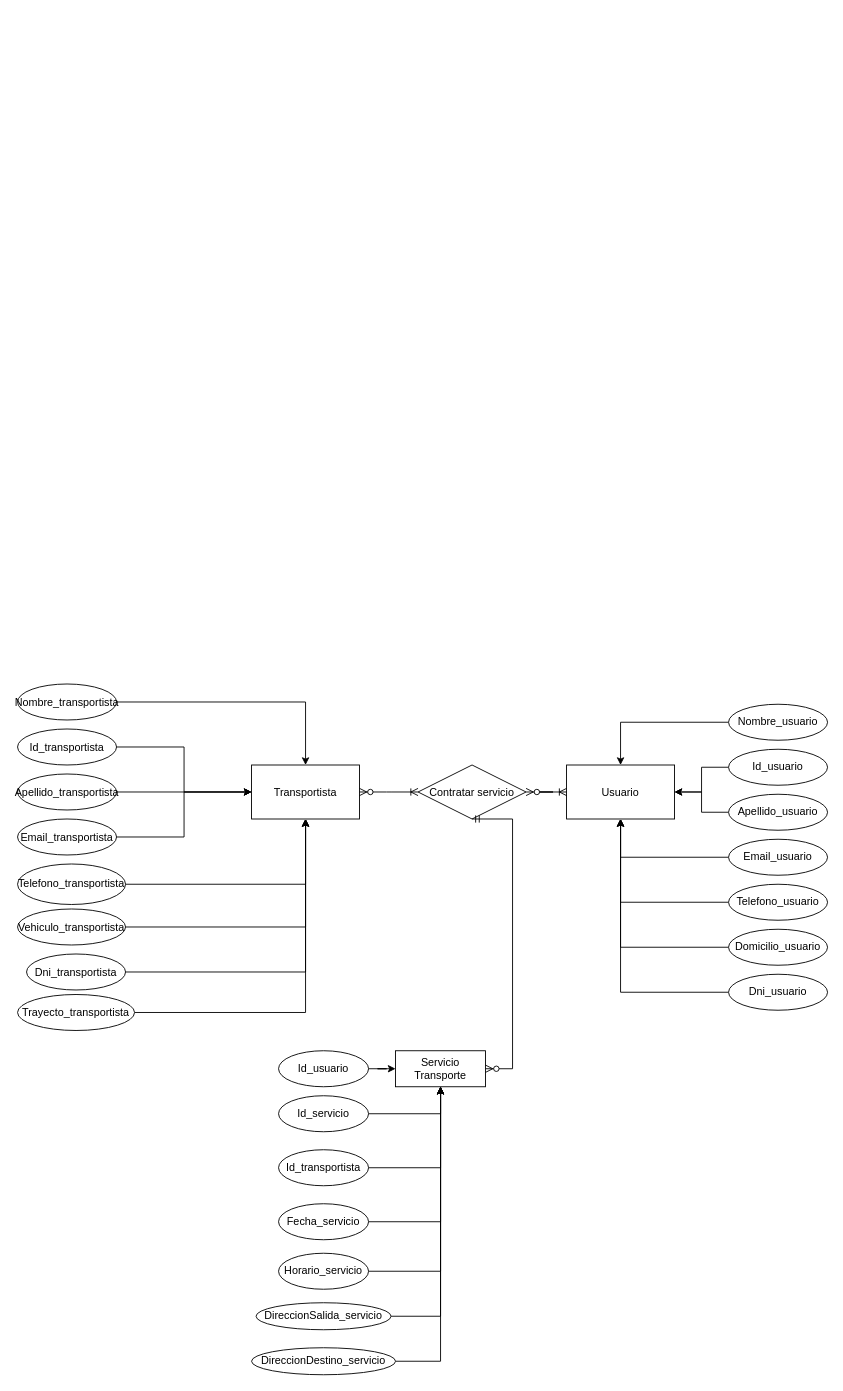
projects-assignments/mudapp-grupo-5 keeps this draw.io diagram as Diagrama sin título.drawio. Above is the earlier version. Source tidied: cells renumbered, new cells numbered last; positions are measured from the earlier drawing's top-left corner, leaving out a move shared by most shapes. Both pictures are drawn from the tidied source at 90%, with x=0, y=0 at pixel (17, 683).
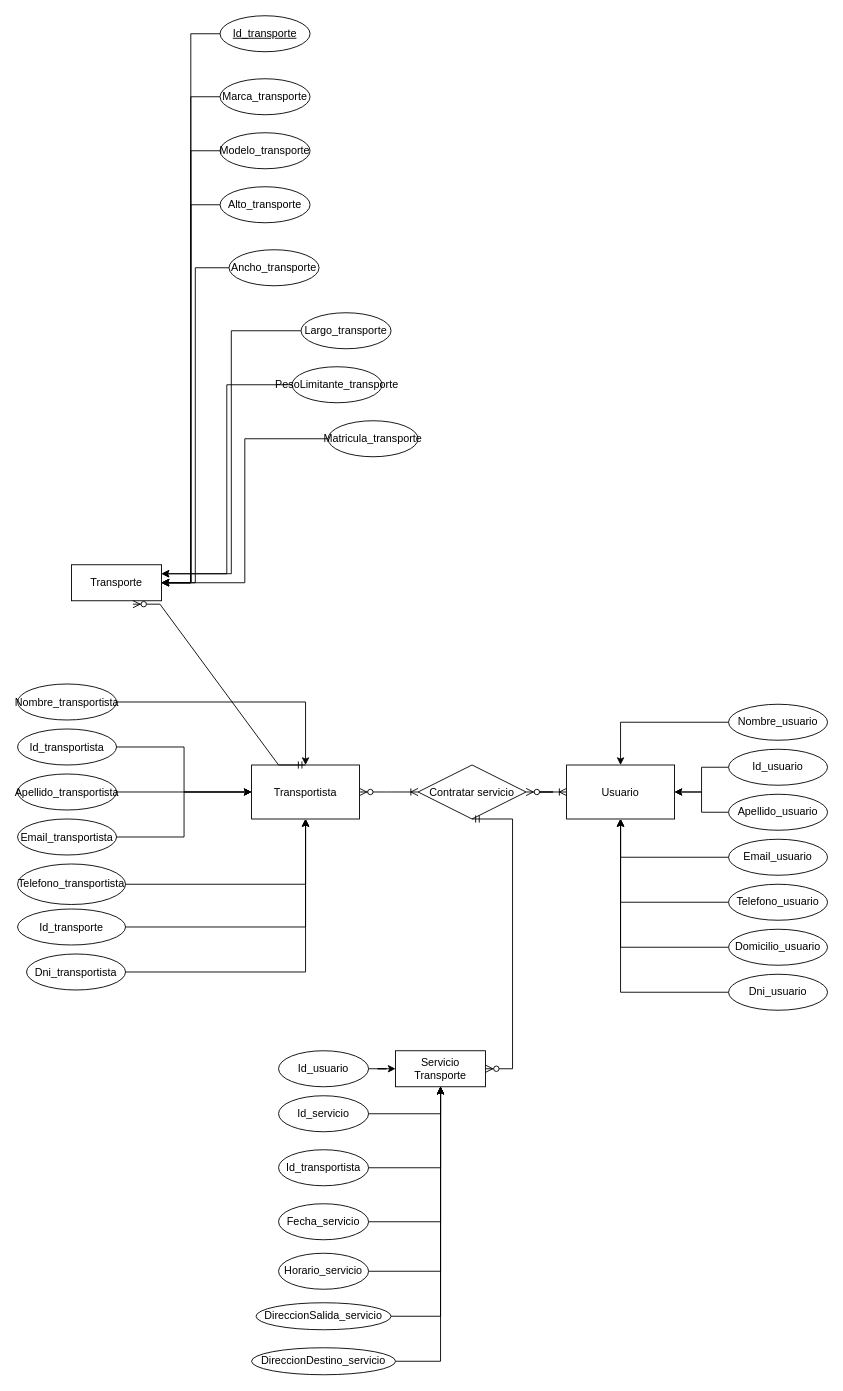
After the change.

The change refers to these unchanged cells:
```xml
<mxCell id="2" value="Transportista" style="rounded=0;whiteSpace=wrap;html=1;" parent="1" vertex="1">
  <mxGeometry x="260" y="90.5" width="120" height="60" as="geometry" />
</mxCell>
```

The edit, as a diff of the source:
```diff
@@
-    <mxCell id="29" value="Vehiculo_transportista" style="ellipse;whiteSpace=wrap;html=1;" parent="1" vertex="1">
+    <mxCell id="29" value="Id_transporte" style="ellipse;whiteSpace=wrap;html=1;" parent="1" vertex="1">
       <mxGeometry y="250.5" width="120" height="40" as="geometry" />
     </mxCell>
@@
-    <mxCell id="32" style="edgeStyle=orthogonalEdgeStyle;rounded=0;jettySize=auto;html=1;" parent="1" edge="1" source="33" target="2">
-      <mxGeometry relative="1" as="geometry" />
-    </mxCell>
-    <mxCell id="33" value="Trayecto_transportista" style="ellipse;whiteSpace=wrap;html=1;" parent="1" vertex="1">
-      <mxGeometry y="345.5" width="130" height="40" as="geometry" />
-    </mxCell>
@@
+    <mxCell id="53" value="Transporte" style="whiteSpace=wrap;html=1;align=center;" parent="1" vertex="1">
+      <mxGeometry x="60" y="-132" width="100" height="40" as="geometry" />
+    </mxCell>
+    <mxCell id="54" style="edgeStyle=orthogonalEdgeStyle;rounded=0;jettySize=auto;html=1;entryX=1;entryY=0.5;entryDx=0;entryDy=0;" parent="1" edge="1" source="55" target="53">
+      <mxGeometry relative="1" as="geometry" />
+    </mxCell>
+    <mxCell id="55" value="Id_transporte" style="ellipse;whiteSpace=wrap;html=1;align=center;fontStyle=4;" parent="1" vertex="1">
+      <mxGeometry x="225" y="-742" width="100" height="40" as="geometry" />
+    </mxCell>
+    <mxCell id="56" style="edgeStyle=orthogonalEdgeStyle;rounded=0;jettySize=auto;html=1;entryX=1;entryY=0.5;entryDx=0;entryDy=0;" parent="1" edge="1" source="57" target="53">
+      <mxGeometry relative="1" as="geometry" />
+    </mxCell>
+    <mxCell id="57" value="Marca_transporte" style="ellipse;whiteSpace=wrap;html=1;align=center;" parent="1" vertex="1">
+      <mxGeometry x="225" y="-672" width="100" height="40" as="geometry" />
+    </mxCell>
+    <mxCell id="58" style="edgeStyle=orthogonalEdgeStyle;rounded=0;jettySize=auto;html=1;entryX=1;entryY=0.5;entryDx=0;entryDy=0;" parent="1" edge="1" source="59" target="53">
+      <mxGeometry relative="1" as="geometry" />
+    </mxCell>
+    <mxCell id="59" value="Modelo_transporte" style="ellipse;whiteSpace=wrap;html=1;align=center;" parent="1" vertex="1">
+      <mxGeometry x="225" y="-612" width="100" height="40" as="geometry" />
+    </mxCell>
+    <mxCell id="60" style="edgeStyle=orthogonalEdgeStyle;rounded=0;jettySize=auto;html=1;entryX=1;entryY=0.5;entryDx=0;entryDy=0;" parent="1" edge="1" source="61" target="53">
+      <mxGeometry relative="1" as="geometry" />
+    </mxCell>
+    <mxCell id="61" value="Alto_transporte" style="ellipse;whiteSpace=wrap;html=1;align=center;" parent="1" vertex="1">
+      <mxGeometry x="225" y="-552" width="100" height="40" as="geometry" />
+    </mxCell>
+    <mxCell id="62" style="edgeStyle=orthogonalEdgeStyle;rounded=0;jettySize=auto;html=1;entryX=1;entryY=0.5;entryDx=0;entryDy=0;" parent="1" edge="1" source="63" target="53">
+      <mxGeometry relative="1" as="geometry" />
+    </mxCell>
+    <mxCell id="63" value="Ancho_transporte" style="ellipse;whiteSpace=wrap;html=1;align=center;" parent="1" vertex="1">
+      <mxGeometry x="235" y="-482" width="100" height="40" as="geometry" />
+    </mxCell>
+    <mxCell id="64" style="edgeStyle=orthogonalEdgeStyle;rounded=0;jettySize=auto;html=1;entryX=1;entryY=0.25;entryDx=0;entryDy=0;" parent="1" edge="1" source="65" target="53">
+      <mxGeometry relative="1" as="geometry" />
+    </mxCell>
+    <mxCell id="65" value="Largo_transporte" style="ellipse;whiteSpace=wrap;html=1;align=center;" parent="1" vertex="1">
+      <mxGeometry x="315" y="-412" width="100" height="40" as="geometry" />
+    </mxCell>
+    <mxCell id="66" style="edgeStyle=orthogonalEdgeStyle;rounded=0;jettySize=auto;html=1;entryX=1;entryY=0.25;entryDx=0;entryDy=0;" parent="1" edge="1" source="67" target="53">
+      <mxGeometry relative="1" as="geometry" />
+    </mxCell>
+    <mxCell id="67" value="PesoLimitante_transporte" style="ellipse;whiteSpace=wrap;html=1;align=center;" parent="1" vertex="1">
+      <mxGeometry x="305" y="-352" width="100" height="40" as="geometry" />
+    </mxCell>
+    <mxCell id="68" style="edgeStyle=orthogonalEdgeStyle;rounded=0;jettySize=auto;html=1;entryX=1;entryY=0.5;entryDx=0;entryDy=0;" parent="1" edge="1" source="69" target="53">
+      <mxGeometry relative="1" as="geometry" />
+    </mxCell>
+    <mxCell id="69" value="Matricula_transporte" style="ellipse;whiteSpace=wrap;html=1;align=center;" parent="1" vertex="1">
+      <mxGeometry x="345" y="-292" width="100" height="40" as="geometry" />
+    </mxCell>
+    <mxCell id="70" style="edgeStyle=entityRelationEdgeStyle;fontSize=12;html=1;endArrow=ERzeroToMany;startArrow=ERmandOne;rounded=0;entryX=0.682;entryY=1.095;entryDx=0;entryDy=0;entryPerimeter=0;exitX=0.5;exitY=0;exitDx=0;exitDy=0;" parent="1" edge="1" source="2" target="53">
+      <mxGeometry relative="1" as="geometry" />
+    </mxCell>
```
